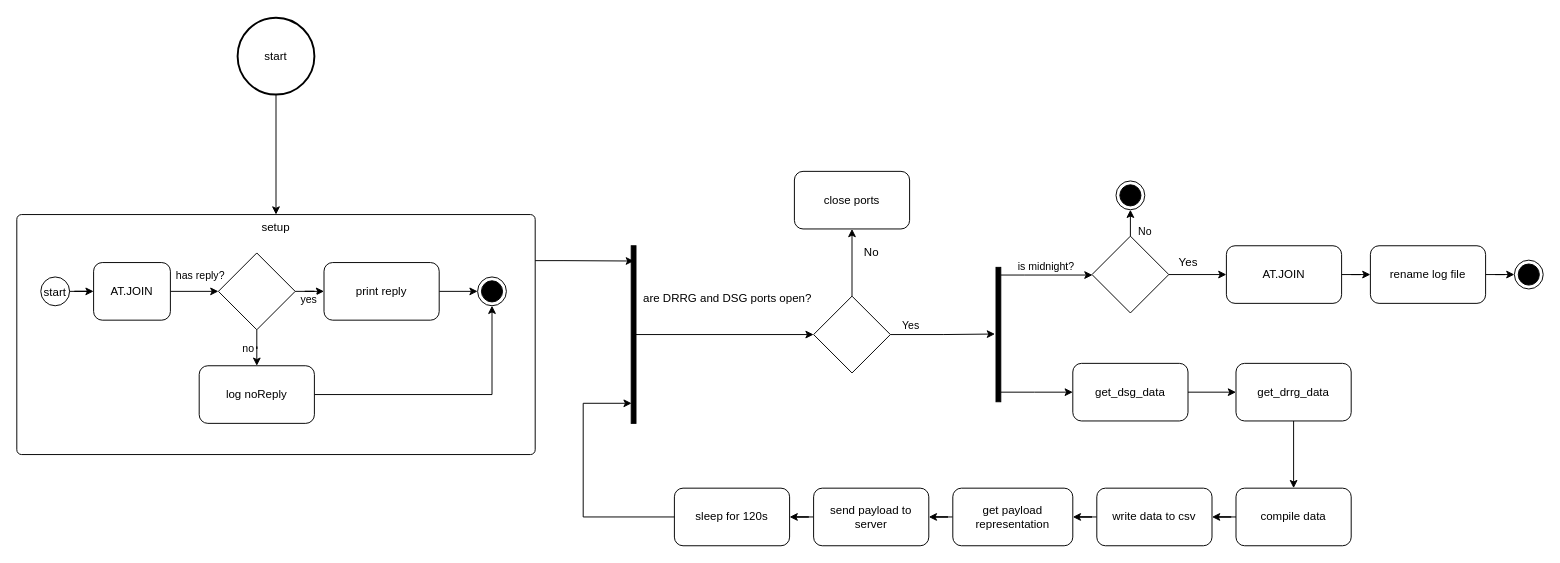
This is page "main.py Flowchart" (2 of 5) of documentation/diagrams/diagrams.drawio from CenGes-Club/POSTe-N, a draw.io file, before an edit. Source tidied: cells renumbered, new cells numbered last; positions are measured from the earlier drawing's top-left corner, leaving out a move shared by most shapes. Both pictures are drawn from the tidied source at 96%, with x=0, y=0 at pixel (16, 17).
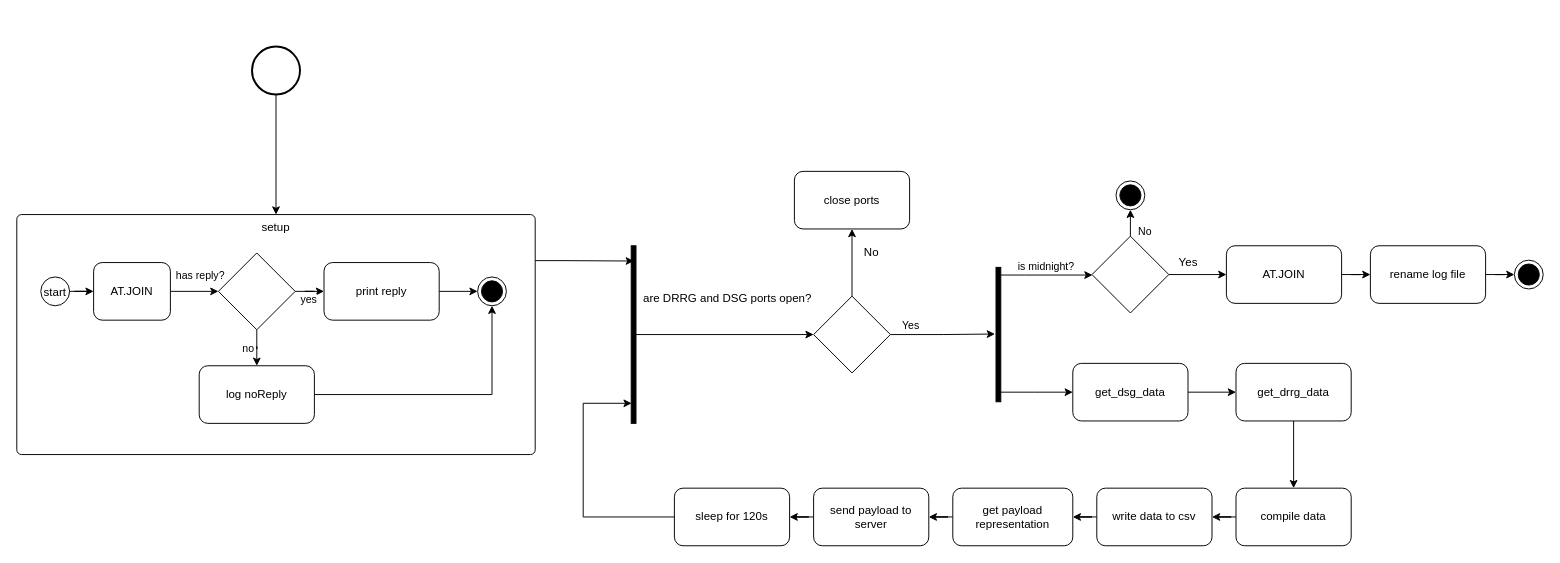
The same diagram, later.

Commit message (it also covers changes not shown here):
fixed iteration problem with cmsg

Change to the diagram source:
```diff
@@
-    <mxCell id="3" value="start" style="strokeWidth=2;html=1;shape=mxgraph.flowchart.start_2;whiteSpace=wrap;" parent="1" vertex="1">
-      <mxGeometry x="230" width="80" height="80" as="geometry" />
+    <mxCell id="3" style="strokeWidth=2;html=1;shape=mxgraph.flowchart.start_2;whiteSpace=wrap;" parent="1" vertex="1">
+      <mxGeometry x="245" y="30" width="50" height="50" as="geometry" />
     </mxCell>
```
